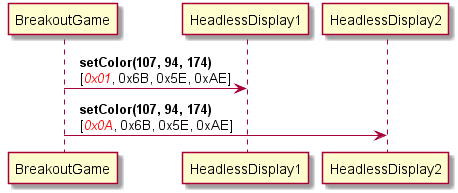
This is docs/reorder-msg.png from SINTEF-9012/thingml-diversifier, a PlantUML export, as it was before one commit. Its source is kept beside it as src/main/resources/figures/reorder-msg.plantuml. Its diagram source:
```plantuml
@startuml
BreakoutGame -> HeadlessDisplay1: <b>  setColor(107, 94, 174)</b>\n  [<font color="red"><i>0x01</i></font>, 0x6B, 0x5E, 0xAE]
BreakoutGame -> HeadlessDisplay2: <b>  setColor(107, 94, 174)</b>\n  [<font color="red"><i>0x0A</i></font>, 0x6B, 0x5E, 0xAE]
@enduml
```
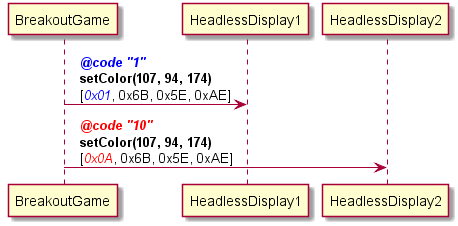
After the commit.

Diff of the diagram source:
```diff
@@ -1,4 +1,4 @@
 @startuml
-BreakoutGame -> HeadlessDisplay1: <b>  setColor(107, 94, 174)</b>\n  [<font color="red"><i>0x01</i></font>, 0x6B, 0x5E, 0xAE]
-BreakoutGame -> HeadlessDisplay2: <b>  setColor(107, 94, 174)</b>\n  [<font color="red"><i>0x0A</i></font>, 0x6B, 0x5E, 0xAE]
+BreakoutGame -> HeadlessDisplay1: <b>  <font color="blue"><i>@code "1"</i></font></b>\n  <b>setColor(107, 94, 174)</b>\n  [<font color="blue"><i>0x01</i></font>, 0x6B, 0x5E, 0xAE]
+BreakoutGame -> HeadlessDisplay2: <b>  <font color="red"><i>@code "10"</i></font></b>\n  <b>setColor(107, 94, 174)</b>\n  [<font color="red"><i>0x0A</i></font>, 0x6B, 0x5E, 0xAE]
 @enduml
```
